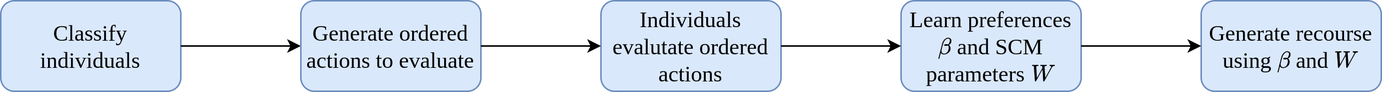
rorycreedon/msc_thesis keeps this draw.io diagram as tex/images/draw.io/workflow.png. Above is the earlier version. Source tidied: cells renumbered, new cells last; positions are measured from the earlier drawing's top-left corner, leaving out a move shared by most shapes. Its diagram source:
```xml
<mxGraphModel math="1">
  <root>
    <mxCell id="0" />
    <mxCell id="1" parent="0" />
    <mxCell id="2" value="Classify individuals" style="rounded=1;whiteSpace=wrap;html=1;fillColor=#dae8fc;strokeColor=#6c8ebf;fontSize=15;fontFamily=cmf10;" parent="1" vertex="1">
      <mxGeometry width="120" height="60" as="geometry" />
    </mxCell>
    <mxCell id="3" style="endArrow=classic;html=1;rounded=1;exitX=1;exitY=0.5;exitDx=0;exitDy=0;entryX=0;entryY=0.5;entryDx=0;entryDy=0;" parent="1" edge="1" source="2" target="4">
      <mxGeometry relative="1" as="geometry" />
    </mxCell>
    <mxCell id="4" value="Generate ordered actions to evaluate" style="rounded=1;whiteSpace=wrap;html=1;fillColor=#dae8fc;strokeColor=#6c8ebf;fontSize=15;fontFamily=cmf10;" parent="1" vertex="1">
      <mxGeometry x="200" width="120" height="60" as="geometry" />
    </mxCell>
    <mxCell id="5" value="Individuals evalutate ordered actions" style="rounded=1;whiteSpace=wrap;html=1;fillColor=#dae8fc;strokeColor=#6c8ebf;fontSize=15;fontFamily=cmf10;" parent="1" vertex="1">
      <mxGeometry x="400" width="120" height="60" as="geometry" />
    </mxCell>
    <mxCell id="6" value="Learn preferences \(\beta\) and SCM parameters \(W\)" style="rounded=1;whiteSpace=wrap;html=1;fillColor=#dae8fc;strokeColor=#6c8ebf;fontSize=15;fontFamily=cmf10;" parent="1" vertex="1">
      <mxGeometry x="600" width="120" height="60" as="geometry" />
    </mxCell>
    <mxCell id="7" value="Generate recourse using \(\beta\) and \(W\)" style="rounded=1;whiteSpace=wrap;html=1;fillColor=#dae8fc;strokeColor=#6c8ebf;fontSize=15;fontFamily=cmf10;" parent="1" vertex="1">
      <mxGeometry x="800" width="120" height="60" as="geometry" />
    </mxCell>
    <mxCell id="8" style="endArrow=classic;html=1;rounded=1;exitX=1;exitY=0.5;exitDx=0;exitDy=0;entryX=0;entryY=0.5;entryDx=0;entryDy=0;" parent="1" edge="1" source="4" target="5">
      <mxGeometry relative="1" as="geometry" />
    </mxCell>
    <mxCell id="9" style="endArrow=classic;html=1;rounded=1;exitX=1;exitY=0.5;exitDx=0;exitDy=0;entryX=0;entryY=0.5;entryDx=0;entryDy=0;" parent="1" edge="1" source="5" target="6">
      <mxGeometry relative="1" as="geometry" />
    </mxCell>
    <mxCell id="10" style="endArrow=classic;html=1;rounded=1;exitX=1;exitY=0.5;exitDx=0;exitDy=0;entryX=0;entryY=0.5;entryDx=0;entryDy=0;" parent="1" edge="1" source="6" target="7">
      <mxGeometry relative="1" as="geometry" />
    </mxCell>
  </root>
</mxGraphModel>
```
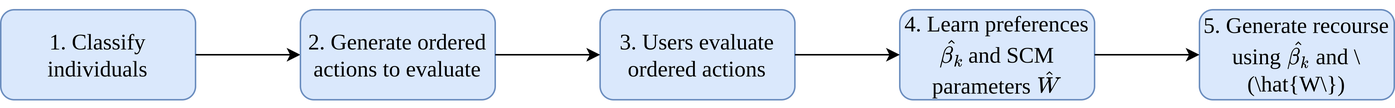
Above is the later version.

Change to the diagram source:
```diff
@@ -2,23 +2,23 @@
   <root>
     <mxCell id="0" />
     <mxCell id="1" parent="0" />
-    <mxCell id="2" value="Classify individuals" style="rounded=1;whiteSpace=wrap;html=1;fillColor=#dae8fc;strokeColor=#6c8ebf;fontSize=15;fontFamily=cmf10;" parent="1" vertex="1">
-      <mxGeometry width="120" height="60" as="geometry" />
+    <mxCell id="2" value="1. Classify individuals" style="rounded=1;whiteSpace=wrap;html=1;fillColor=#dae8fc;strokeColor=#6c8ebf;fontSize=15;fontFamily=cmf10;" parent="1" vertex="1">
+      <mxGeometry width="130" height="60" as="geometry" />
     </mxCell>
     <mxCell id="3" style="endArrow=classic;html=1;rounded=1;exitX=1;exitY=0.5;exitDx=0;exitDy=0;entryX=0;entryY=0.5;entryDx=0;entryDy=0;" parent="1" edge="1" source="2" target="4">
       <mxGeometry relative="1" as="geometry" />
     </mxCell>
-    <mxCell id="4" value="Generate ordered actions to evaluate" style="rounded=1;whiteSpace=wrap;html=1;fillColor=#dae8fc;strokeColor=#6c8ebf;fontSize=15;fontFamily=cmf10;" parent="1" vertex="1">
-      <mxGeometry x="200" width="120" height="60" as="geometry" />
+    <mxCell id="4" value="2. Generate ordered actions to evaluate" style="rounded=1;whiteSpace=wrap;html=1;fillColor=#dae8fc;strokeColor=#6c8ebf;fontSize=15;fontFamily=cmf10;" parent="1" vertex="1">
+      <mxGeometry x="200" width="130" height="60" as="geometry" />
     </mxCell>
-    <mxCell id="5" value="Individuals evalutate ordered actions" style="rounded=1;whiteSpace=wrap;html=1;fillColor=#dae8fc;strokeColor=#6c8ebf;fontSize=15;fontFamily=cmf10;" parent="1" vertex="1">
-      <mxGeometry x="400" width="120" height="60" as="geometry" />
+    <mxCell id="5" value="3. Users evaluate ordered actions" style="rounded=1;whiteSpace=wrap;html=1;fillColor=#dae8fc;strokeColor=#6c8ebf;fontSize=15;fontFamily=cmf10;" parent="1" vertex="1">
+      <mxGeometry x="400" width="130" height="60" as="geometry" />
     </mxCell>
-    <mxCell id="6" value="Learn preferences \(\beta\) and SCM parameters \(W\)" style="rounded=1;whiteSpace=wrap;html=1;fillColor=#dae8fc;strokeColor=#6c8ebf;fontSize=15;fontFamily=cmf10;" parent="1" vertex="1">
-      <mxGeometry x="600" width="120" height="60" as="geometry" />
+    <mxCell id="6" value="4. Learn preferences \(\hat{\beta_k}\) and SCM parameters \(\hat{W}\)" style="rounded=1;whiteSpace=wrap;html=1;fillColor=#dae8fc;strokeColor=#6c8ebf;fontSize=15;fontFamily=cmf10;" parent="1" vertex="1">
+      <mxGeometry x="600" width="130" height="60" as="geometry" />
     </mxCell>
-    <mxCell id="7" value="Generate recourse using \(\beta\) and \(W\)" style="rounded=1;whiteSpace=wrap;html=1;fillColor=#dae8fc;strokeColor=#6c8ebf;fontSize=15;fontFamily=cmf10;" parent="1" vertex="1">
-      <mxGeometry x="800" width="120" height="60" as="geometry" />
+    <mxCell id="7" value="5. Generate recourse using \(\hat{\beta_k}\) and \(\hat{W\})" style="rounded=1;whiteSpace=wrap;html=1;fillColor=#dae8fc;strokeColor=#6c8ebf;fontSize=15;fontFamily=cmf10;" parent="1" vertex="1">
+      <mxGeometry x="800" width="130" height="60" as="geometry" />
     </mxCell>
     <mxCell id="8" style="endArrow=classic;html=1;rounded=1;exitX=1;exitY=0.5;exitDx=0;exitDy=0;entryX=0;entryY=0.5;entryDx=0;entryDy=0;" parent="1" edge="1" source="4" target="5">
       <mxGeometry relative="1" as="geometry" />
```
